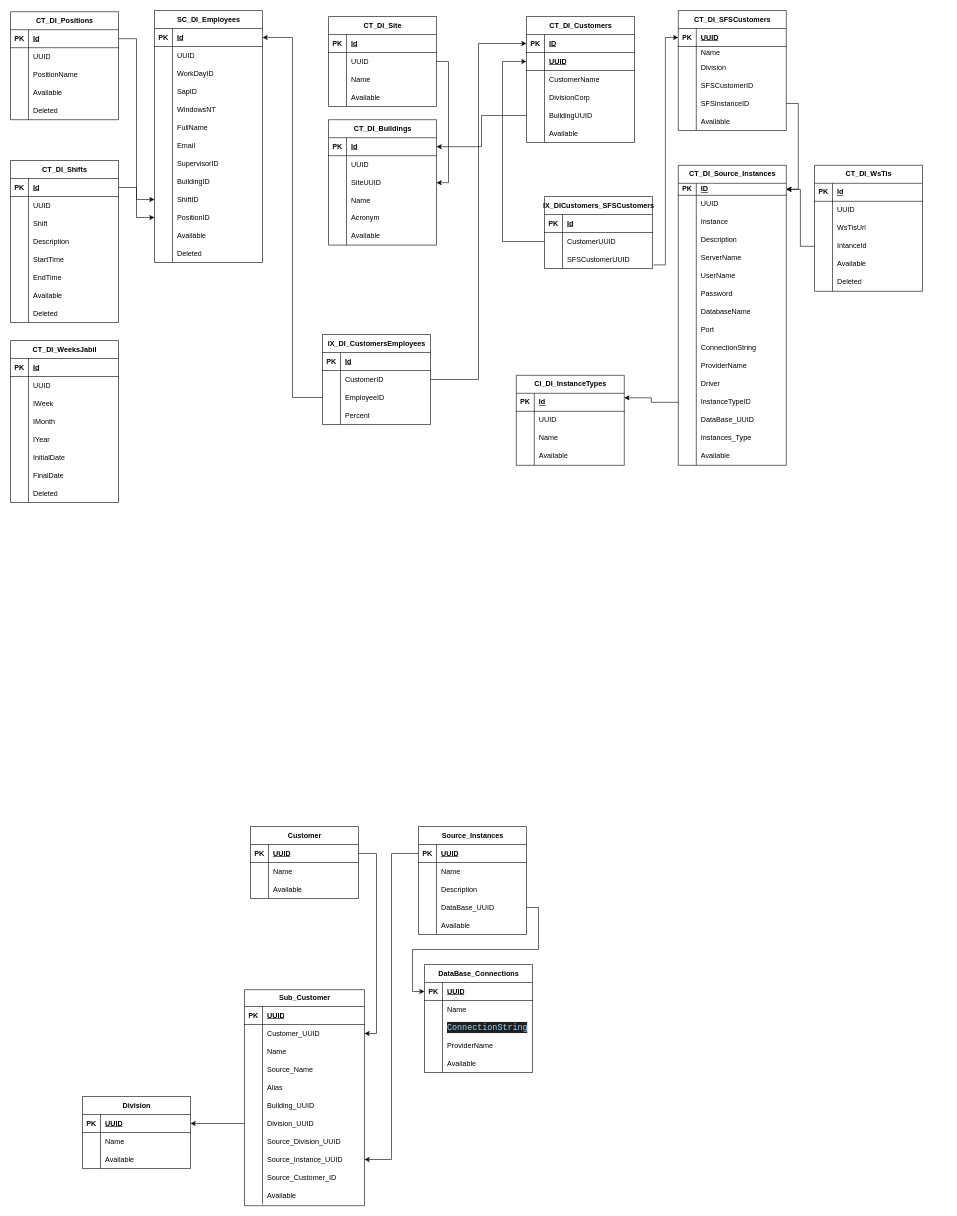
Before: page "Complete Diagram DATAINTEGRITY" (2 of 15) of Untitled Diagram.drawio in byok22/backend, a draw.io diagram. Source tidied: cells renumbered, new cells numbered last; positions are measured from the earlier drawing's top-left corner, leaving out a move shared by most shapes. Both pictures are drawn from the tidied source at 60%, with x=0, y=0 at pixel (10, 10).
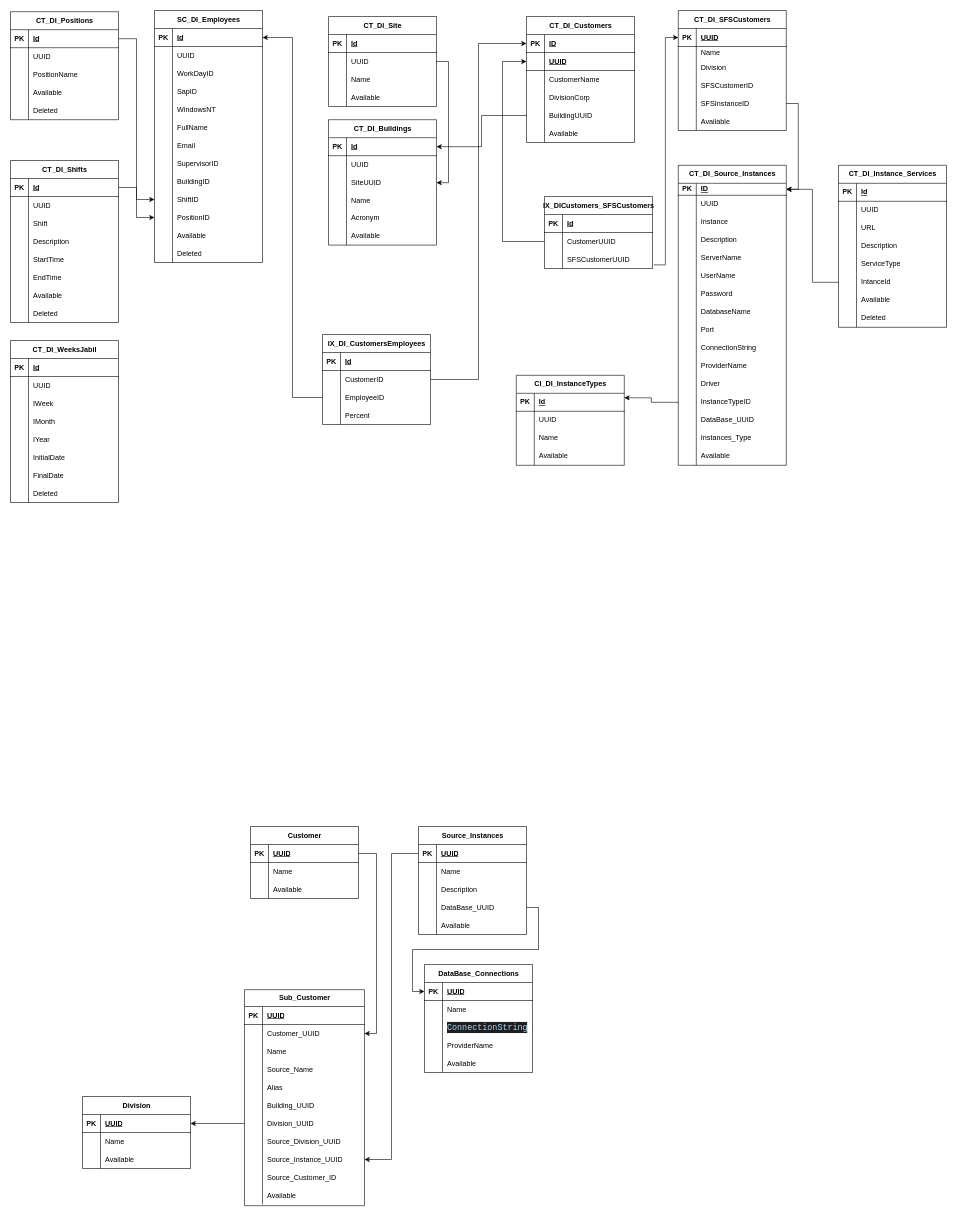
Above is the later version.

The change refers to these unchanged cells:
```xml
<mxCell id="55" style="shape=tableRow;horizontal=0;startSize=0;swimlaneHead=0;swimlaneBody=0;fillColor=none;points=[[0,0.5],[1,0.5]];portConstraint=eastwest;top=0;left=0;right=0;bottom=1;" parent="54" vertex="1">
  <mxGeometry y="30" width="180" height="20" as="geometry" />
</mxCell>
```

What changed in the source:
```diff
@@
-    <mxCell id="363" value="CT_DI_WsTis" style="shape=table;startSize=30;childLayout=tableLayout;rowLines=0;fontStyle=1;align=center;html=1;" parent="1" vertex="1">
-      <mxGeometry x="1340" y="258" width="180" height="210" as="geometry" />
-    </mxCell>
+    <mxCell id="382" style="edgeStyle=orthogonalEdgeStyle;rounded=0;jettySize=auto;html=1;entryX=1;entryY=0.5;entryDx=0;entryDy=0;" parent="1" edge="1" source="379" target="55">
+      <mxGeometry relative="1" as="geometry" />
+    </mxCell>
+    <mxCell id="383" value="CT_DI_Instance_Services" style="shape=table;startSize=30;childLayout=tableLayout;rowLines=0;fontStyle=1;align=center;html=1;" parent="1" vertex="1">
+      <mxGeometry x="1380" y="258" width="180" height="270" as="geometry" />
+    </mxCell>
-    <mxCell id="364" style="shape=tableRow;horizontal=0;startSize=0;swimlaneHead=0;swimlaneBody=0;fillColor=none;top=0;left=0;right=0;bottom=1;" parent="363" vertex="1">
+    <mxCell id="364" style="shape=tableRow;horizontal=0;startSize=0;swimlaneHead=0;swimlaneBody=0;fillColor=none;top=0;left=0;right=0;bottom=1;" parent="383" vertex="1">
       <mxGeometry y="30" width="180" height="30" as="geometry" />
     </mxCell>
@@
-    <mxCell id="367" style="shape=tableRow;horizontal=0;startSize=0;swimlaneHead=0;swimlaneBody=0;fillColor=none;top=0;left=0;right=0;bottom=0;" parent="363" vertex="1">
+    <mxCell id="367" style="shape=tableRow;horizontal=0;startSize=0;swimlaneHead=0;swimlaneBody=0;fillColor=none;top=0;left=0;right=0;bottom=0;" parent="383" vertex="1">
       <mxGeometry y="60" width="180" height="30" as="geometry" />
     </mxCell>
-    <mxCell id="368" style="shape=partialRectangle;fillColor=none;top=0;left=0;bottom=0;right=0;overflow=hidden;whiteSpace=wrap;html=1;" parent="367" vertex="1">
-      <mxGeometry width="30" height="30" as="geometry" />
-    </mxCell>
+    <mxCell id="384" style="shape=partialRectangle;fillColor=none;top=0;left=0;bottom=0;right=0;overflow=hidden;whiteSpace=wrap;html=1;" parent="367" vertex="1">
+      <mxGeometry width="30" height="30" as="geometry" />
+    </mxCell>
@@
-    <mxCell id="370" style="shape=tableRow;horizontal=0;startSize=0;swimlaneHead=0;swimlaneBody=0;fillColor=none;top=0;left=0;right=0;bottom=0;" parent="363" vertex="1">
+    <mxCell id="370" style="shape=tableRow;horizontal=0;startSize=0;swimlaneHead=0;swimlaneBody=0;fillColor=none;top=0;left=0;right=0;bottom=0;" parent="383" vertex="1">
       <mxGeometry y="90" width="180" height="30" as="geometry" />
     </mxCell>
-    <mxCell id="371" style="shape=partialRectangle;fillColor=none;top=0;left=0;bottom=0;right=0;overflow=hidden;whiteSpace=wrap;html=1;" parent="370" vertex="1">
-      <mxGeometry width="30" height="30" as="geometry" />
-    </mxCell>
-    <mxCell id="372" value="WsTisUrl" style="shape=partialRectangle;fillColor=none;top=0;left=0;bottom=0;right=0;align=left;spacingLeft=6;overflow=hidden;whiteSpace=wrap;html=1;" parent="370" vertex="1">
-      <mxGeometry x="30" width="150" height="30" as="geometry" />
-    </mxCell>
+    <mxCell id="385" style="shape=partialRectangle;fillColor=none;top=0;left=0;bottom=0;right=0;overflow=hidden;whiteSpace=wrap;html=1;" parent="370" vertex="1">
+      <mxGeometry width="30" height="30" as="geometry" />
+    </mxCell>
+    <mxCell id="386" value="URL" style="shape=partialRectangle;fillColor=none;top=0;left=0;bottom=0;right=0;align=left;spacingLeft=6;overflow=hidden;whiteSpace=wrap;html=1;" parent="370" vertex="1">
+      <mxGeometry x="30" width="150" height="30" as="geometry" />
+    </mxCell>
-    <mxCell id="373" style="shape=tableRow;horizontal=0;startSize=0;swimlaneHead=0;swimlaneBody=0;fillColor=none;points=[[0,0.5],[1,0.5]];portConstraint=eastwest;top=0;left=0;right=0;bottom=0;" parent="363" vertex="1">
+    <mxCell id="373" style="shape=tableRow;horizontal=0;startSize=0;swimlaneHead=0;swimlaneBody=0;fillColor=none;points=[[0,0.5],[1,0.5]];portConstraint=eastwest;top=0;left=0;right=0;bottom=0;" parent="383" vertex="1">
       <mxGeometry y="120" width="180" height="30" as="geometry" />
     </mxCell>
-    <mxCell id="374" style="shape=partialRectangle;fillColor=none;top=0;left=0;bottom=0;right=0;overflow=hidden;whiteSpace=wrap;html=1;" parent="373" vertex="1">
-      <mxGeometry width="30" height="30" as="geometry" />
-    </mxCell>
+    <mxCell id="387" style="shape=partialRectangle;fillColor=none;top=0;left=0;bottom=0;right=0;overflow=hidden;whiteSpace=wrap;html=1;" parent="373" vertex="1">
+      <mxGeometry width="30" height="30" as="geometry" />
+    </mxCell>
+    <mxCell id="388" value="Description" style="shape=partialRectangle;fillColor=none;top=0;left=0;bottom=0;right=0;align=left;spacingLeft=6;overflow=hidden;whiteSpace=wrap;html=1;" parent="373" vertex="1">
+      <mxGeometry x="30" width="150" height="30" as="geometry" />
+    </mxCell>
+    <mxCell id="376" style="shape=tableRow;horizontal=0;startSize=0;swimlaneHead=0;swimlaneBody=0;fillColor=none;top=0;left=0;right=0;bottom=0;" parent="383" vertex="1">
+      <mxGeometry y="150" width="180" height="30" as="geometry" />
+    </mxCell>
+    <mxCell id="389" style="shape=partialRectangle;fillColor=none;top=0;left=0;bottom=0;right=0;overflow=hidden;whiteSpace=wrap;html=1;" parent="376" vertex="1">
+      <mxGeometry width="30" height="30" as="geometry" />
+    </mxCell>
+    <mxCell id="390" value="&lt;div&gt;ServiceType&lt;/div&gt;" style="shape=partialRectangle;fillColor=none;top=0;left=0;bottom=0;right=0;align=left;spacingLeft=6;overflow=hidden;whiteSpace=wrap;html=1;" parent="376" vertex="1">
+      <mxGeometry x="30" width="150" height="30" as="geometry" />
+    </mxCell>
+    <mxCell id="379" style="shape=tableRow;horizontal=0;startSize=0;swimlaneHead=0;swimlaneBody=0;fillColor=none;points=[[0,0.5],[1,0.5]];portConstraint=eastwest;top=0;left=0;right=0;bottom=0;" parent="383" vertex="1">
+      <mxGeometry y="180" width="180" height="30" as="geometry" />
+    </mxCell>
+    <mxCell id="391" style="shape=partialRectangle;fillColor=none;top=0;left=0;bottom=0;right=0;overflow=hidden;whiteSpace=wrap;html=1;" parent="379" vertex="1">
+      <mxGeometry width="30" height="30" as="geometry" />
+    </mxCell>
-    <mxCell id="375" value="IntanceId" style="shape=partialRectangle;fillColor=none;top=0;left=0;bottom=0;right=0;align=left;spacingLeft=6;overflow=hidden;whiteSpace=wrap;html=1;" parent="373" vertex="1">
+    <mxCell id="375" value="IntanceId" style="shape=partialRectangle;fillColor=none;top=0;left=0;bottom=0;right=0;align=left;spacingLeft=6;overflow=hidden;whiteSpace=wrap;html=1;" parent="379" vertex="1">
       <mxGeometry x="30" width="150" height="30" as="geometry" />
     </mxCell>
-    <mxCell id="376" style="shape=tableRow;horizontal=0;startSize=0;swimlaneHead=0;swimlaneBody=0;fillColor=none;top=0;left=0;right=0;bottom=0;" parent="363" vertex="1">
-      <mxGeometry y="150" width="180" height="30" as="geometry" />
-    </mxCell>
-    <mxCell id="377" style="shape=partialRectangle;fillColor=none;top=0;left=0;bottom=0;right=0;overflow=hidden;whiteSpace=wrap;html=1;" parent="376" vertex="1">
-      <mxGeometry width="30" height="30" as="geometry" />
-    </mxCell>
+    <mxCell id="392" style="shape=tableRow;horizontal=0;startSize=0;swimlaneHead=0;swimlaneBody=0;fillColor=none;top=0;left=0;right=0;bottom=0;" parent="383" vertex="1">
+      <mxGeometry y="210" width="180" height="30" as="geometry" />
+    </mxCell>
+    <mxCell id="393" style="shape=partialRectangle;fillColor=none;top=0;left=0;bottom=0;right=0;overflow=hidden;whiteSpace=wrap;html=1;" parent="392" vertex="1">
+      <mxGeometry width="30" height="30" as="geometry" />
+    </mxCell>
-    <mxCell id="378" value="Available" style="shape=partialRectangle;fillColor=none;top=0;left=0;bottom=0;right=0;align=left;spacingLeft=6;overflow=hidden;whiteSpace=wrap;html=1;" parent="376" vertex="1">
+    <mxCell id="378" value="Available" style="shape=partialRectangle;fillColor=none;top=0;left=0;bottom=0;right=0;align=left;spacingLeft=6;overflow=hidden;whiteSpace=wrap;html=1;" parent="392" vertex="1">
       <mxGeometry x="30" width="150" height="30" as="geometry" />
     </mxCell>
-    <mxCell id="379" style="shape=tableRow;horizontal=0;startSize=0;swimlaneHead=0;swimlaneBody=0;fillColor=none;points=[[0,0.5],[1,0.5]];portConstraint=eastwest;top=0;left=0;right=0;bottom=0;" parent="363" vertex="1">
-      <mxGeometry y="180" width="180" height="30" as="geometry" />
-    </mxCell>
-    <mxCell id="380" style="shape=partialRectangle;fillColor=none;top=0;left=0;bottom=0;right=0;overflow=hidden;whiteSpace=wrap;html=1;" parent="379" vertex="1">
-      <mxGeometry width="30" height="30" as="geometry" />
-    </mxCell>
+    <mxCell id="394" style="shape=tableRow;horizontal=0;startSize=0;swimlaneHead=0;swimlaneBody=0;fillColor=none;top=0;left=0;right=0;bottom=0;" parent="383" vertex="1">
+      <mxGeometry y="240" width="180" height="30" as="geometry" />
+    </mxCell>
+    <mxCell id="395" style="shape=partialRectangle;fillColor=none;top=0;left=0;bottom=0;right=0;overflow=hidden;whiteSpace=wrap;html=1;" parent="394" vertex="1">
+      <mxGeometry width="30" height="30" as="geometry" />
+    </mxCell>
-    <mxCell id="381" value="Deleted" style="shape=partialRectangle;fillColor=none;top=0;left=0;bottom=0;right=0;align=left;spacingLeft=6;overflow=hidden;whiteSpace=wrap;html=1;" parent="379" vertex="1">
+    <mxCell id="381" value="Deleted" style="shape=partialRectangle;fillColor=none;top=0;left=0;bottom=0;right=0;align=left;spacingLeft=6;overflow=hidden;whiteSpace=wrap;html=1;" parent="394" vertex="1">
       <mxGeometry x="30" width="150" height="30" as="geometry" />
     </mxCell>
-    <mxCell id="382" style="edgeStyle=orthogonalEdgeStyle;rounded=0;jettySize=auto;html=1;entryX=1;entryY=0.5;entryDx=0;entryDy=0;" parent="1" edge="1" source="373" target="55">
-      <mxGeometry relative="1" as="geometry" />
-    </mxCell>
```
